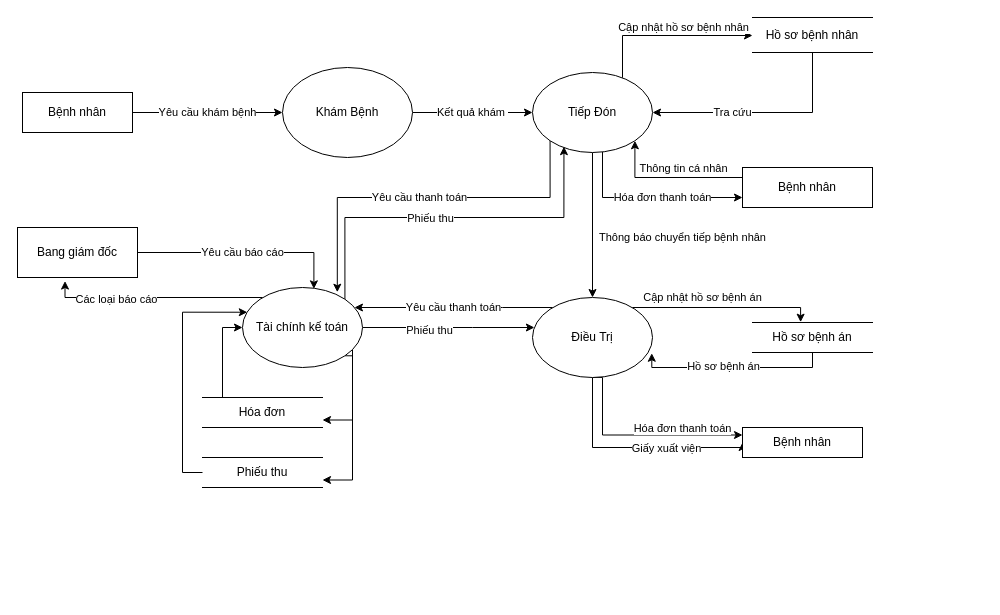
The draw.io diagram MucDinh.drawio in Nhatran241/HTTT, before the edit. Source tidied: cells renumbered, new cells numbered last; positions are measured from the earlier drawing's top-left corner, leaving out a move shared by most shapes. Both pictures are drawn from the tidied source at 100%, with x=0, y=0 at pixel (17, 17).
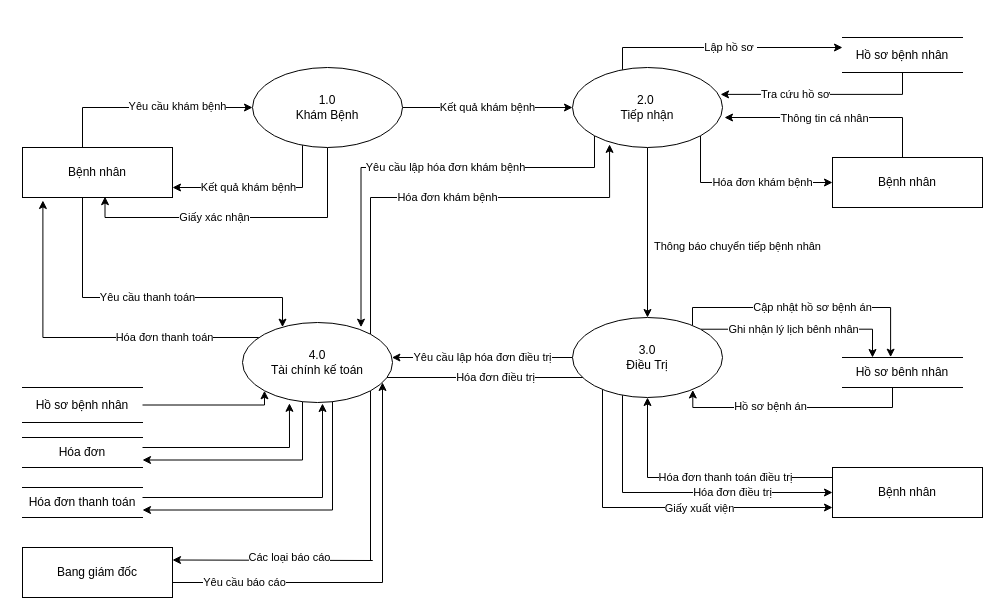
The same diagram, later.

Diff of the diagram source:
```diff
@@
     <mxCell id="2" value="Yêu cầu khám bệnh" style="edgeStyle=orthogonalEdgeStyle;rounded=0;jettySize=auto;html=1;exitX=1;exitY=0.5;exitDx=0;exitDy=0;entryX=0;entryY=0.5;entryDx=0;entryDy=0;" parent="1" edge="1" source="3" target="5">
-      <mxGeometry relative="1" as="geometry" />
+      <mxGeometry x="0.55" y="1" relative="1" as="geometry">
+        <Array as="points">
+          <mxPoint x="155" y="160" />
+          <mxPoint x="65" y="160" />
+          <mxPoint x="65" y="90" />
+        </Array>
+      </mxGeometry>
     </mxCell>
+    <mxCell id="42" value="Yêu cầu thanh toán" style="edgeStyle=orthogonalEdgeStyle;rounded=0;jettySize=auto;html=1;" parent="1" edge="1" source="3" target="20">
+      <mxGeometry relative="1" as="geometry">
+        <Array as="points">
+          <mxPoint x="65" y="280" />
+          <mxPoint x="265" y="280" />
+        </Array>
+      </mxGeometry>
+    </mxCell>
     <mxCell id="3" value="Bệnh nhân" style="rounded=0;whiteSpace=wrap;html=1;" parent="1" vertex="1">
-      <mxGeometry x="5" y="75" width="110" height="40" as="geometry" />
+      <mxGeometry x="5" y="130" width="150" height="50" as="geometry" />
     </mxCell>
-    <mxCell id="4" value="Kết quả khám&amp;nbsp;" style="edgeStyle=orthogonalEdgeStyle;rounded=0;jettySize=auto;html=1;exitX=1;exitY=0.5;exitDx=0;exitDy=0;entryX=0;entryY=0.5;entryDx=0;entryDy=0;" parent="1" edge="1" source="5" target="11">
+    <mxCell id="4" value="Kết quả khám bệnh" style="edgeStyle=orthogonalEdgeStyle;rounded=0;jettySize=auto;html=1;exitX=1;exitY=0.5;exitDx=0;exitDy=0;entryX=0;entryY=0.5;entryDx=0;entryDy=0;" parent="1" edge="1" source="5" target="11">
       <mxGeometry relative="1" as="geometry" />
     </mxCell>
+    <mxCell id="43" value="Giấy xác nhận" style="edgeStyle=orthogonalEdgeStyle;rounded=0;jettySize=auto;html=1;entryX=0.55;entryY=0.983;entryDx=0;entryDy=0;entryPerimeter=0;" parent="1" edge="1" source="5" target="3">
+      <mxGeometry x="0.17" relative="1" as="geometry">
+        <Array as="points">
+          <mxPoint x="310" y="200" />
+          <mxPoint x="88" y="200" />
+        </Array>
+      </mxGeometry>
+    </mxCell>
+    <mxCell id="44" value="Kết quả khám bệnh" style="edgeStyle=orthogonalEdgeStyle;rounded=0;jettySize=auto;html=1;" parent="1" edge="1" source="5" target="3">
+      <mxGeometry x="0.11" relative="1" as="geometry">
+        <Array as="points">
+          <mxPoint x="285" y="170" />
+        </Array>
+      </mxGeometry>
+    </mxCell>
-    <mxCell id="5" value="Khám Bệnh" style="ellipse;whiteSpace=wrap;html=1;" parent="1" vertex="1">
-      <mxGeometry x="265" y="50" width="130" height="90" as="geometry" />
+    <mxCell id="5" value="1.0 &lt;br&gt;Khám Bệnh" style="ellipse;whiteSpace=wrap;html=1;" parent="1" vertex="1">
+      <mxGeometry x="235" y="50" width="150" height="80" as="geometry" />
     </mxCell>
-    <mxCell id="6" value="Cập nhật hồ sơ bệnh nhân" style="edgeStyle=orthogonalEdgeStyle;rounded=0;jettySize=auto;html=1;" parent="1" edge="1" source="11" target="28">
-      <mxGeometry x="0.19" y="8" relative="1" as="geometry">
+    <mxCell id="6" value="Lập hồ sơ&amp;nbsp;" style="edgeStyle=orthogonalEdgeStyle;rounded=0;jettySize=auto;html=1;" parent="1" edge="1" source="11" target="28">
+      <mxGeometry x="0.07" relative="1" as="geometry">
         <Array as="points">
-          <mxPoint x="605" y="18" />
+          <mxPoint x="605" y="30" />
         </Array>
       </mxGeometry>
     </mxCell>
@@
-    <mxCell id="8" value="Hóa đơn thanh toán" style="edgeStyle=orthogonalEdgeStyle;rounded=0;jettySize=auto;html=1;entryX=0;entryY=0.75;entryDx=0;entryDy=0;" parent="1" edge="1" source="11" target="31">
-      <mxGeometry x="0.14" relative="1" as="geometry">
-        <Array as="points">
-          <mxPoint x="585" y="180" />
-        </Array>
-      </mxGeometry>
-    </mxCell>
     <mxCell id="9" style="edgeStyle=orthogonalEdgeStyle;rounded=0;jettySize=auto;html=1;exitX=0;exitY=1;exitDx=0;exitDy=0;entryX=0.79;entryY=0.059;entryDx=0;entryDy=0;entryPerimeter=0;" parent="1" edge="1" source="11" target="20">
       <mxGeometry relative="1" as="geometry">
         <Array as="points">
-          <mxPoint x="533" y="180" />
-          <mxPoint x="320" y="180" />
+          <mxPoint x="577" y="150" />
+          <mxPoint x="344" y="150" />
         </Array>
       </mxGeometry>
     </mxCell>
-    <mxCell id="10" value="Yêu cầu thanh toán" style="edgeLabel;html=1;align=center;verticalAlign=middle;" parent="9" vertex="1">
-      <mxGeometry x="0.03" y="-1" relative="1" as="geometry" />
+    <mxCell id="10" value="Yêu cầu lập hóa đơn khám bệnh" style="edgeLabel;html=1;align=center;verticalAlign=middle;" parent="9" vertex="1">
+      <mxGeometry x="0.03" y="-1" relative="1" as="geometry">
+        <mxPoint x="37.3" as="offset" />
+      </mxGeometry>
     </mxCell>
+    <mxCell id="8" value="Hóa đơn khám bệnh" style="edgeStyle=orthogonalEdgeStyle;rounded=0;jettySize=auto;html=1;exitX=1;exitY=1;exitDx=0;exitDy=0;entryX=0;entryY=0.5;entryDx=0;entryDy=0;" parent="1" edge="1" source="11" target="31">
+      <mxGeometry x="0.22" relative="1" as="geometry">
+        <Array as="points">
+          <mxPoint x="683" y="165" />
+        </Array>
+      </mxGeometry>
+    </mxCell>
-    <mxCell id="11" value="Tiếp Đón" style="ellipse;whiteSpace=wrap;html=1;" parent="1" vertex="1">
-      <mxGeometry x="515" y="55" width="120" height="80" as="geometry" />
+    <mxCell id="11" value="2.0&amp;nbsp;&lt;br&gt;Tiếp nhận" style="ellipse;whiteSpace=wrap;html=1;" parent="1" vertex="1">
+      <mxGeometry x="555" y="50" width="150" height="80" as="geometry" />
     </mxCell>
     <mxCell id="12" style="edgeStyle=orthogonalEdgeStyle;rounded=0;jettySize=auto;html=1;entryX=1;entryY=0.75;entryDx=0;entryDy=0;" parent="1" edge="1" source="20" target="37">
       <mxGeometry relative="1" as="geometry">
         <Array as="points">
-          <mxPoint x="335" y="403" />
+          <mxPoint x="285" y="443" />
         </Array>
       </mxGeometry>
     </mxCell>
     <mxCell id="13" style="edgeStyle=orthogonalEdgeStyle;rounded=0;jettySize=auto;html=1;exitX=1;exitY=1;exitDx=0;exitDy=0;entryX=1;entryY=0.75;entryDx=0;entryDy=0;" parent="1" edge="1" source="20" target="39">
       <mxGeometry relative="1" as="geometry">
         <Array as="points">
-          <mxPoint x="335" y="338" />
-          <mxPoint x="335" y="463" />
+          <mxPoint x="353" y="338" />
+          <mxPoint x="315" y="338" />
+          <mxPoint x="315" y="493" />
         </Array>
       </mxGeometry>
     </mxCell>
-    <mxCell id="14" style="edgeStyle=orthogonalEdgeStyle;rounded=0;jettySize=auto;html=1;entryX=0.396;entryY=1.071;entryDx=0;entryDy=0;entryPerimeter=0;" parent="1" edge="1" source="20" target="41">
+    <mxCell id="14" style="edgeStyle=orthogonalEdgeStyle;rounded=0;jettySize=auto;html=1;entryX=1;entryY=0.25;entryDx=0;entryDy=0;exitX=1;exitY=1;exitDx=0;exitDy=0;" parent="1" edge="1" source="20" target="41">
       <mxGeometry relative="1" as="geometry">
         <Array as="points">
-          <mxPoint x="48" y="280" />
+          <mxPoint x="353" y="543" />
+          <mxPoint x="355" y="543" />
         </Array>
       </mxGeometry>
     </mxCell>
     <mxCell id="15" value="Các loại báo cáo" style="edgeLabel;html=1;align=center;verticalAlign=middle;" parent="14" vertex="1">
-      <mxGeometry x="0.37" y="1" relative="1" as="geometry" />
+      <mxGeometry x="0.37" y="1" relative="1" as="geometry">
+        <mxPoint y="-4" as="offset" />
+      </mxGeometry>
     </mxCell>
+    <mxCell id="45" value="Hóa đơn thanh toán" style="edgeStyle=orthogonalEdgeStyle;rounded=0;jettySize=auto;html=1;entryX=0.136;entryY=1.06;entryDx=0;entryDy=0;entryPerimeter=0;" parent="1" edge="1" source="20" target="3">
+      <mxGeometry x="-0.47" relative="1" as="geometry">
+        <Array as="points">
+          <mxPoint x="25" y="320" />
+        </Array>
+      </mxGeometry>
+    </mxCell>
-    <mxCell id="16" style="edgeStyle=orthogonalEdgeStyle;rounded=0;jettySize=auto;html=1;exitX=1;exitY=0;exitDx=0;exitDy=0;entryX=0.262;entryY=0.927;entryDx=0;entryDy=0;entryPerimeter=0;" parent="1" edge="1" source="20" target="11">
+    <mxCell id="16" value="Hóa đơn khám bệnh" style="edgeStyle=orthogonalEdgeStyle;rounded=0;jettySize=auto;html=1;exitX=1;exitY=0;exitDx=0;exitDy=0;entryX=0.247;entryY=0.961;entryDx=0;entryDy=0;entryPerimeter=0;" parent="1" edge="1" source="20" target="11">
       <mxGeometry relative="1" as="geometry">
         <Array as="points">
-          <mxPoint x="327" y="200" />
-          <mxPoint x="546" y="200" />
+          <mxPoint x="353" y="180" />
+          <mxPoint x="592" y="180" />
         </Array>
       </mxGeometry>
     </mxCell>
-    <mxCell id="17" value="Phiếu thu" style="edgeLabel;html=1;align=center;verticalAlign=middle;" parent="16" vertex="1">
-      <mxGeometry x="-0.1" relative="1" as="geometry" />
-    </mxCell>
-    <mxCell id="18" style="edgeStyle=orthogonalEdgeStyle;rounded=0;jettySize=auto;html=1;" parent="1" edge="1" source="20" target="26">
+    <mxCell id="18" value="Hóa đơn điều trị" style="edgeStyle=orthogonalEdgeStyle;rounded=0;jettySize=auto;html=1;entryX=0;entryY=1;entryDx=0;entryDy=0;" parent="1" edge="1" source="20" target="26">
       <mxGeometry relative="1" as="geometry">
         <Array as="points">
-          <mxPoint x="455" y="310" />
-          <mxPoint x="455" y="310" />
+          <mxPoint x="577" y="360" />
         </Array>
       </mxGeometry>
     </mxCell>
-    <mxCell id="19" value="Phiếu thu" style="edgeLabel;html=1;align=center;verticalAlign=middle;" parent="18" vertex="1">
-      <mxGeometry x="-0.23" y="-2" relative="1" as="geometry" />
-    </mxCell>
-    <mxCell id="20" value="Tài chính kế toán" style="ellipse;whiteSpace=wrap;html=1;" parent="1" vertex="1">
-      <mxGeometry x="225" y="270" width="120" height="80" as="geometry" />
+    <mxCell id="20" value="4.0&lt;br&gt;Tài chính kế toán" style="ellipse;whiteSpace=wrap;html=1;" parent="1" vertex="1">
+      <mxGeometry x="225" y="305" width="150" height="80" as="geometry" />
     </mxCell>
     <mxCell id="21" value="Cập nhật hồ sơ bệnh án" style="edgeStyle=orthogonalEdgeStyle;rounded=0;jettySize=auto;html=1;entryX=0.401;entryY=-0.011;entryDx=0;entryDy=0;entryPerimeter=0;" parent="1" edge="1" source="26" target="34">
-      <mxGeometry x="-0.23" y="10" relative="1" as="geometry">
+      <mxGeometry x="0.04" relative="1" as="geometry">
         <Array as="points">
-          <mxPoint x="783" y="290" />
+          <mxPoint x="675" y="290" />
+          <mxPoint x="873" y="290" />
         </Array>
       </mxGeometry>
     </mxCell>
-    <mxCell id="22" style="edgeStyle=orthogonalEdgeStyle;rounded=0;jettySize=auto;html=1;entryX=0;entryY=0.5;entryDx=0;entryDy=0;" parent="1" edge="1" source="26" target="35">
+    <mxCell id="22" style="edgeStyle=orthogonalEdgeStyle;rounded=0;jettySize=auto;html=1;" parent="1" edge="1" source="26">
       <mxGeometry relative="1" as="geometry">
+        <mxPoint x="815" y="490" as="targetPoint" />
         <Array as="points">
-          <mxPoint x="575" y="430" />
-          <mxPoint x="725" y="430" />
+          <mxPoint x="585" y="490" />
         </Array>
       </mxGeometry>
     </mxCell>
@@
-    <mxCell id="24" value="Yêu cầu thanh toán" style="edgeStyle=orthogonalEdgeStyle;rounded=0;jettySize=auto;html=1;" parent="1" edge="1" source="26" target="20">
+    <mxCell id="24" value="Yêu cầu lập hóa đơn điều trị" style="edgeStyle=orthogonalEdgeStyle;rounded=0;jettySize=auto;html=1;" parent="1" edge="1" source="26" target="20">
       <mxGeometry relative="1" as="geometry">
         <Array as="points">
-          <mxPoint x="485" y="290" />
-          <mxPoint x="485" y="290" />
+          <mxPoint x="515" y="340" />
+          <mxPoint x="515" y="340" />
         </Array>
       </mxGeometry>
     </mxCell>
+    <mxCell id="46" style="edgeStyle=orthogonalEdgeStyle;rounded=0;jettySize=auto;html=1;exitX=1;exitY=0;exitDx=0;exitDy=0;entryX=0.25;entryY=0;entryDx=0;entryDy=0;" parent="1" edge="1" source="26" target="34">
+      <mxGeometry relative="1" as="geometry" />
+    </mxCell>
+    <mxCell id="47" value="Ghi nhận lý lịch bênh nhân" style="edgeLabel;html=1;align=center;verticalAlign=middle;" parent="46" vertex="1">
+      <mxGeometry x="0.08" relative="1" as="geometry">
+        <mxPoint x="-16" as="offset" />
+      </mxGeometry>
+    </mxCell>
-    <mxCell id="25" value="Hóa đơn thanh toán" style="edgeStyle=orthogonalEdgeStyle;rounded=0;jettySize=auto;html=1;exitX=0.5;exitY=1;exitDx=0;exitDy=0;entryX=0;entryY=0.25;entryDx=0;entryDy=0;" parent="1" edge="1" source="26" target="35">
-      <mxGeometry x="0.42" y="8" relative="1" as="geometry">
+    <mxCell id="25" value="Hóa đơn điều trị" style="edgeStyle=orthogonalEdgeStyle;rounded=0;jettySize=auto;html=1;entryX=0;entryY=0.5;entryDx=0;entryDy=0;" parent="1" edge="1" source="26" target="35">
+      <mxGeometry x="0.35" relative="1" as="geometry">
         <Array as="points">
-          <mxPoint x="585" y="360" />
-          <mxPoint x="585" y="418" />
+          <mxPoint x="605" y="475" />
         </Array>
-        <mxPoint y="1" as="offset" />
       </mxGeometry>
     </mxCell>
-    <mxCell id="26" value="Điều Trị" style="ellipse;whiteSpace=wrap;html=1;" parent="1" vertex="1">
-      <mxGeometry x="515" y="280" width="120" height="80" as="geometry" />
+    <mxCell id="26" value="3.0&lt;br&gt;Điều Trị" style="ellipse;whiteSpace=wrap;html=1;" parent="1" vertex="1">
+      <mxGeometry x="555" y="300" width="150" height="80" as="geometry" />
     </mxCell>
-    <mxCell id="27" value="Tra cứu" style="edgeStyle=orthogonalEdgeStyle;rounded=0;jettySize=auto;html=1;entryX=1;entryY=0.5;entryDx=0;entryDy=0;" parent="1" edge="1" source="28" target="11">
+    <mxCell id="27" value="Tra cứu hồ sơ" style="edgeStyle=orthogonalEdgeStyle;rounded=0;jettySize=auto;html=1;entryX=0.987;entryY=0.336;entryDx=0;entryDy=0;entryPerimeter=0;" parent="1" edge="1" source="28" target="11">
       <mxGeometry x="0.27" relative="1" as="geometry">
         <Array as="points">
-          <mxPoint x="795" y="95" />
+          <mxPoint x="885" y="77" />
         </Array>
       </mxGeometry>
     </mxCell>
     <mxCell id="28" value="Hồ sơ bệnh nhân" style="shape=partialRectangle;whiteSpace=wrap;html=1;left=0;right=0;fillColor=none;" parent="1" vertex="1">
-      <mxGeometry x="735" width="120" height="35" as="geometry" />
+      <mxGeometry x="825" y="20" width="120" height="35" as="geometry" />
     </mxCell>
-    <mxCell id="29" style="edgeStyle=orthogonalEdgeStyle;rounded=0;jettySize=auto;html=1;entryX=1;entryY=1;entryDx=0;entryDy=0;" parent="1" edge="1" source="31" target="11">
+    <mxCell id="29" style="edgeStyle=orthogonalEdgeStyle;rounded=0;jettySize=auto;html=1;" parent="1" edge="1" source="31">
       <mxGeometry relative="1" as="geometry">
+        <mxPoint x="707" y="100" as="targetPoint" />
         <Array as="points">
-          <mxPoint x="617" y="160" />
+          <mxPoint x="885" y="100" />
         </Array>
       </mxGeometry>
     </mxCell>
     <mxCell id="30" value="Thông tin cá nhân" style="edgeLabel;html=1;align=center;verticalAlign=middle;" parent="29" vertex="1">
       <mxGeometry x="0.01" relative="1" as="geometry">
-        <mxPoint x="13" y="-10" as="offset" />
+        <mxPoint x="-9" as="offset" />
       </mxGeometry>
     </mxCell>
     <mxCell id="31" value="Bệnh nhân" style="rounded=0;whiteSpace=wrap;html=1;" parent="1" vertex="1">
-      <mxGeometry x="725" y="150" width="130" height="40" as="geometry" />
+      <mxGeometry x="815" y="140" width="150" height="50" as="geometry" />
     </mxCell>
-    <mxCell id="32" style="edgeStyle=orthogonalEdgeStyle;rounded=0;jettySize=auto;html=1;entryX=0.994;entryY=0.697;entryDx=0;entryDy=0;entryPerimeter=0;" parent="1" edge="1" source="34" target="26">
+    <mxCell id="32" style="edgeStyle=orthogonalEdgeStyle;rounded=0;jettySize=auto;html=1;entryX=0.802;entryY=0.906;entryDx=0;entryDy=0;entryPerimeter=0;" parent="1" edge="1" source="34" target="26">
       <mxGeometry relative="1" as="geometry">
         <Array as="points">
-          <mxPoint x="795" y="350" />
-          <mxPoint x="634" y="350" />
+          <mxPoint x="875" y="390" />
+          <mxPoint x="675" y="390" />
         </Array>
       </mxGeometry>
     </mxCell>
@@
-    <mxCell id="34" value="Hồ sơ bệnh án" style="shape=partialRectangle;whiteSpace=wrap;html=1;left=0;right=0;fillColor=none;" parent="1" vertex="1">
-      <mxGeometry x="735" y="305" width="120" height="30" as="geometry" />
+    <mxCell id="34" value="Hồ sơ bênh nhân" style="shape=partialRectangle;whiteSpace=wrap;html=1;left=0;right=0;fillColor=none;" parent="1" vertex="1">
+      <mxGeometry x="825" y="340" width="120" height="30" as="geometry" />
     </mxCell>
+    <mxCell id="48" value="Hóa đơn thanh toán điều trị" style="edgeStyle=orthogonalEdgeStyle;rounded=0;jettySize=auto;html=1;exitX=0;exitY=0.25;exitDx=0;exitDy=0;" parent="1" edge="1" source="35" target="26">
+      <mxGeometry x="-0.18" relative="1" as="geometry">
+        <Array as="points">
+          <mxPoint x="815" y="460" />
+          <mxPoint x="630" y="460" />
+        </Array>
+      </mxGeometry>
+    </mxCell>
     <mxCell id="35" value="Bệnh nhân" style="rounded=0;whiteSpace=wrap;html=1;" parent="1" vertex="1">
-      <mxGeometry x="725" y="410" width="120" height="30" as="geometry" />
+      <mxGeometry x="815" y="450" width="150" height="50" as="geometry" />
     </mxCell>
-    <mxCell id="36" style="edgeStyle=orthogonalEdgeStyle;rounded=0;jettySize=auto;html=1;entryX=0;entryY=0.5;entryDx=0;entryDy=0;" parent="1" edge="1" source="37" target="20">
+    <mxCell id="36" style="edgeStyle=orthogonalEdgeStyle;rounded=0;jettySize=auto;html=1;entryX=0.313;entryY=1.01;entryDx=0;entryDy=0;entryPerimeter=0;" parent="1" edge="1" source="37" target="20">
       <mxGeometry relative="1" as="geometry">
         <Array as="points">
-          <mxPoint x="205" y="395" />
-          <mxPoint x="205" y="310" />
+          <mxPoint x="272" y="430" />
         </Array>
       </mxGeometry>
     </mxCell>
     <mxCell id="37" value="Hóa đơn" style="shape=partialRectangle;whiteSpace=wrap;html=1;left=0;right=0;fillColor=none;" parent="1" vertex="1">
-      <mxGeometry x="185" y="380" width="120" height="30" as="geometry" />
+      <mxGeometry x="5" y="420" width="120" height="30" as="geometry" />
     </mxCell>
-    <mxCell id="38" style="edgeStyle=orthogonalEdgeStyle;rounded=0;jettySize=auto;html=1;entryX=0.04;entryY=0.309;entryDx=0;entryDy=0;entryPerimeter=0;" parent="1" edge="1" source="39" target="20">
+    <mxCell id="38" style="edgeStyle=orthogonalEdgeStyle;rounded=0;jettySize=auto;html=1;" parent="1" edge="1" source="39">
       <mxGeometry relative="1" as="geometry">
+        <mxPoint x="305" y="386" as="targetPoint" />
         <Array as="points">
-          <mxPoint x="165" y="455" />
-          <mxPoint x="165" y="295" />
+          <mxPoint x="305" y="480" />
         </Array>
       </mxGeometry>
     </mxCell>
-    <mxCell id="39" value="Phiếu thu" style="shape=partialRectangle;whiteSpace=wrap;html=1;left=0;right=0;fillColor=none;" parent="1" vertex="1">
-      <mxGeometry x="185" y="440" width="120" height="30" as="geometry" />
+    <mxCell id="39" value="Hóa đơn thanh toán" style="shape=partialRectangle;whiteSpace=wrap;html=1;left=0;right=0;fillColor=none;" parent="1" vertex="1">
+      <mxGeometry x="5" y="470" width="120" height="30" as="geometry" />
     </mxCell>
-    <mxCell id="40" value="Yêu cầu báo cáo" style="edgeStyle=orthogonalEdgeStyle;rounded=0;jettySize=auto;html=1;entryX=0.595;entryY=0.017;entryDx=0;entryDy=0;entryPerimeter=0;" parent="1" edge="1" source="41" target="20">
-      <mxGeometry x="-0.01" relative="1" as="geometry" />
+    <mxCell id="40" value="Yêu cầu báo cáo" style="edgeStyle=orthogonalEdgeStyle;rounded=0;jettySize=auto;html=1;" parent="1" edge="1" source="41" target="20">
+      <mxGeometry x="-0.65" relative="1" as="geometry">
+        <Array as="points">
+          <mxPoint x="365" y="565" />
+        </Array>
+      </mxGeometry>
     </mxCell>
     <mxCell id="41" value="Bang giám đốc" style="rounded=0;whiteSpace=wrap;html=1;" parent="1" vertex="1">
-      <mxGeometry y="210" width="120" height="50" as="geometry" />
+      <mxGeometry x="5" y="530" width="150" height="50" as="geometry" />
     </mxCell>
+    <mxCell id="49" style="edgeStyle=orthogonalEdgeStyle;rounded=0;jettySize=auto;html=1;entryX=0;entryY=1;entryDx=0;entryDy=0;" parent="1" edge="1" source="50" target="20">
+      <mxGeometry relative="1" as="geometry">
+        <Array as="points">
+          <mxPoint x="247" y="388" />
+        </Array>
+      </mxGeometry>
+    </mxCell>
+    <mxCell id="50" value="Hồ sơ bệnh nhân" style="shape=partialRectangle;whiteSpace=wrap;html=1;left=0;right=0;fillColor=none;" parent="1" vertex="1">
+      <mxGeometry x="5" y="370" width="120" height="35" as="geometry" />
+    </mxCell>
```
